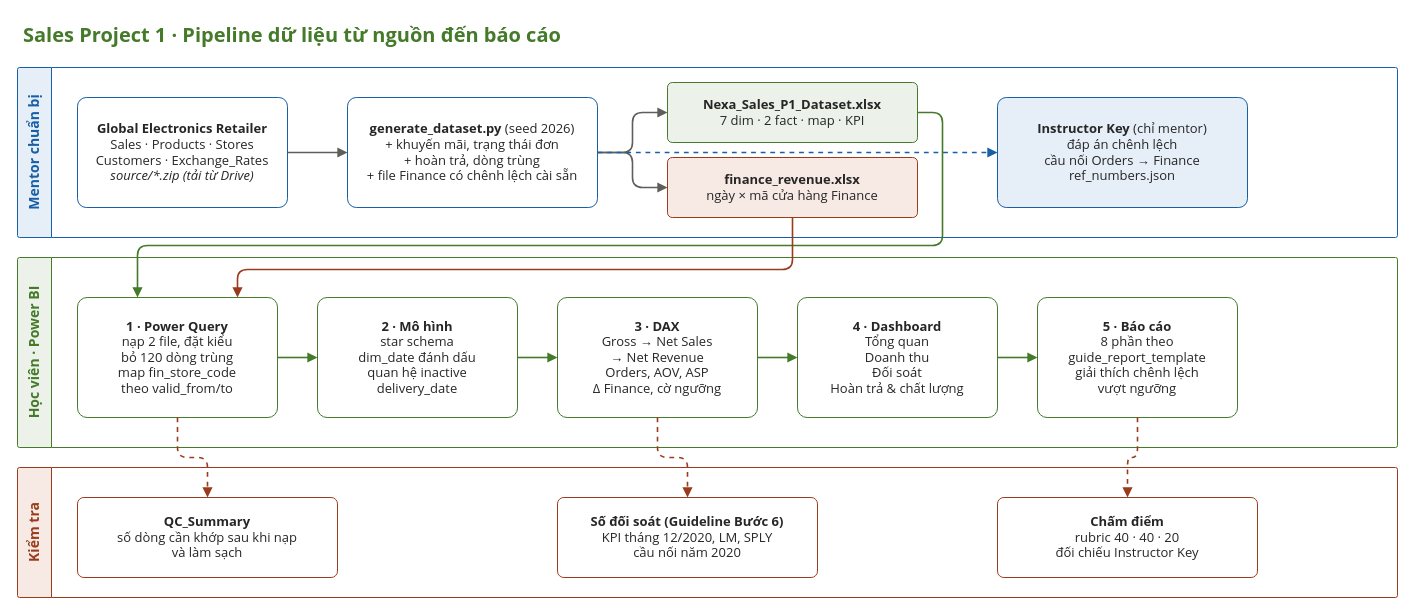
Before: Sales/Sales Data/Project 1/diagrams/01_pipeline_du_lieu.drawio in nguyennguyenphuc/eDA-Mentor, a draw.io diagram. Source tidied: cells renumbered, new cells numbered last; positions are measured from the earlier drawing's top-left corner, leaving out a move shared by most shapes. Both pictures are drawn from the tidied source at 100%, with x=0, y=0 at pixel (17, 17).
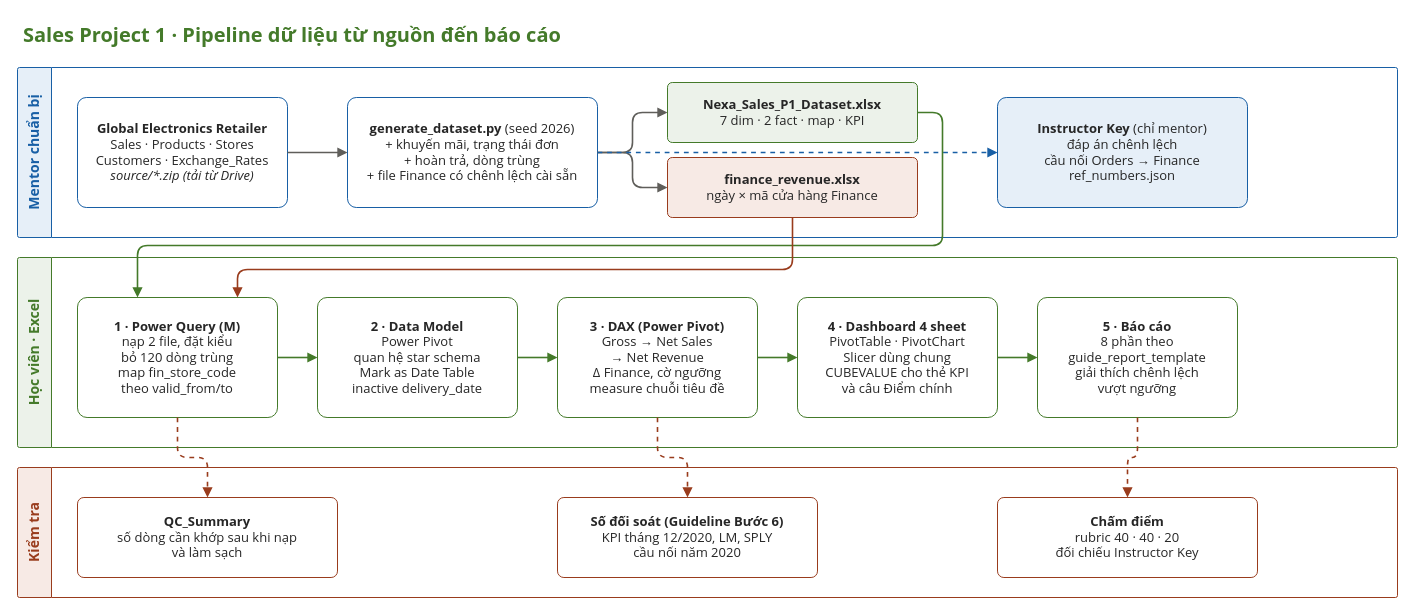
The same page after the edit.

The edit, as a diff of the source:
```diff
@@
-    <mxCell id="4" value="Học viên · Power BI" style="swimlane;horizontal=0;startSize=34;rounded=1;arcSize=2;whiteSpace=wrap;html=1;fillColor=#ECF2EA;strokeColor=#447A2A;fontColor=#447A2A;fontSize=14;fontFamily=Segoe UI;align=center;verticalAlign=middle;spacing=6;fontStyle=1;swimlaneFillColor=#FFFFFF;" parent="1" vertex="1">
+    <mxCell id="4" value="Học viên · Excel" style="swimlane;horizontal=0;startSize=34;rounded=1;arcSize=2;whiteSpace=wrap;html=1;fillColor=#ECF2EA;strokeColor=#447A2A;fontColor=#447A2A;fontSize=14;fontFamily=Segoe UI;align=center;verticalAlign=middle;spacing=6;fontStyle=1;swimlaneFillColor=#FFFFFF;" parent="1" vertex="1">
       <mxGeometry y="240" width="1380" height="190" as="geometry" />
     </mxCell>
@@
-    <mxCell id="15" value="&lt;b&gt;1 · Power Query&lt;/b&gt;&lt;br&gt;nạp 2 file, đặt kiểu&lt;br&gt;bỏ 120 dòng trùng&lt;br&gt;map fin_store_code&lt;br&gt;theo valid_from/to" style="rounded=1;arcSize=8;whiteSpace=wrap;html=1;fillColor=#FFFFFF;strokeColor=#447A2A;fontColor=#262626;fontSize=13;fontFamily=Segoe UI;align=center;verticalAlign=middle;spacing=6;" parent="1" vertex="1">
+    <mxCell id="15" value="&lt;b&gt;1 · Power Query (M)&lt;/b&gt;&lt;br&gt;nạp 2 file, đặt kiểu&lt;br&gt;bỏ 120 dòng trùng&lt;br&gt;map fin_store_code&lt;br&gt;theo valid_from/to" style="rounded=1;arcSize=8;whiteSpace=wrap;html=1;fillColor=#FFFFFF;strokeColor=#447A2A;fontColor=#262626;fontSize=13;fontFamily=Segoe UI;align=center;verticalAlign=middle;spacing=6;" parent="1" vertex="1">
       <mxGeometry x="60" y="280" width="200" height="120" as="geometry" />
     </mxCell>
-    <mxCell id="16" value="&lt;b&gt;2 · Mô hình&lt;/b&gt;&lt;br&gt;star schema&lt;br&gt;dim_date đánh dấu&lt;br&gt;quan hệ inactive&lt;br&gt;delivery_date" style="rounded=1;arcSize=8;whiteSpace=wrap;html=1;fillColor=#FFFFFF;strokeColor=#447A2A;fontColor=#262626;fontSize=13;fontFamily=Segoe UI;align=center;verticalAlign=middle;spacing=6;" parent="1" vertex="1">
+    <mxCell id="16" value="&lt;b&gt;2 · Data Model&lt;/b&gt;&lt;br&gt;Power Pivot&lt;br&gt;quan hệ star schema&lt;br&gt;Mark as Date Table&lt;br&gt;inactive delivery_date" style="rounded=1;arcSize=8;whiteSpace=wrap;html=1;fillColor=#FFFFFF;strokeColor=#447A2A;fontColor=#262626;fontSize=13;fontFamily=Segoe UI;align=center;verticalAlign=middle;spacing=6;" parent="1" vertex="1">
       <mxGeometry x="300" y="280" width="200" height="120" as="geometry" />
     </mxCell>
-    <mxCell id="17" value="&lt;b&gt;3 · DAX&lt;/b&gt;&lt;br&gt;Gross → Net Sales&lt;br&gt;→ Net Revenue&lt;br&gt;Orders, AOV, ASP&lt;br&gt;Δ Finance, cờ ngưỡng" style="rounded=1;arcSize=8;whiteSpace=wrap;html=1;fillColor=#FFFFFF;strokeColor=#447A2A;fontColor=#262626;fontSize=13;fontFamily=Segoe UI;align=center;verticalAlign=middle;spacing=6;" parent="1" vertex="1">
+    <mxCell id="17" value="&lt;b&gt;3 · DAX (Power Pivot)&lt;/b&gt;&lt;br&gt;Gross → Net Sales&lt;br&gt;→ Net Revenue&lt;br&gt;Δ Finance, cờ ngưỡng&lt;br&gt;measure chuỗi tiêu đề" style="rounded=1;arcSize=8;whiteSpace=wrap;html=1;fillColor=#FFFFFF;strokeColor=#447A2A;fontColor=#262626;fontSize=13;fontFamily=Segoe UI;align=center;verticalAlign=middle;spacing=6;" parent="1" vertex="1">
       <mxGeometry x="540" y="280" width="200" height="120" as="geometry" />
     </mxCell>
-    <mxCell id="18" value="&lt;b&gt;4 · Dashboard&lt;/b&gt;&lt;br&gt;Tổng quan&lt;br&gt;Doanh thu&lt;br&gt;Đối soát&lt;br&gt;Hoàn trả &amp;amp; chất lượng" style="rounded=1;arcSize=8;whiteSpace=wrap;html=1;fillColor=#FFFFFF;strokeColor=#447A2A;fontColor=#262626;fontSize=13;fontFamily=Segoe UI;align=center;verticalAlign=middle;spacing=6;" parent="1" vertex="1">
+    <mxCell id="18" value="&lt;b&gt;4 · Dashboard 4 sheet&lt;/b&gt;&lt;br&gt;PivotTable · PivotChart&lt;br&gt;Slicer dùng chung&lt;br&gt;CUBEVALUE cho thẻ KPI&lt;br&gt;và câu Điểm chính" style="rounded=1;arcSize=8;whiteSpace=wrap;html=1;fillColor=#FFFFFF;strokeColor=#447A2A;fontColor=#262626;fontSize=13;fontFamily=Segoe UI;align=center;verticalAlign=middle;spacing=6;" parent="1" vertex="1">
       <mxGeometry x="780" y="280" width="200" height="120" as="geometry" />
     </mxCell>
```
